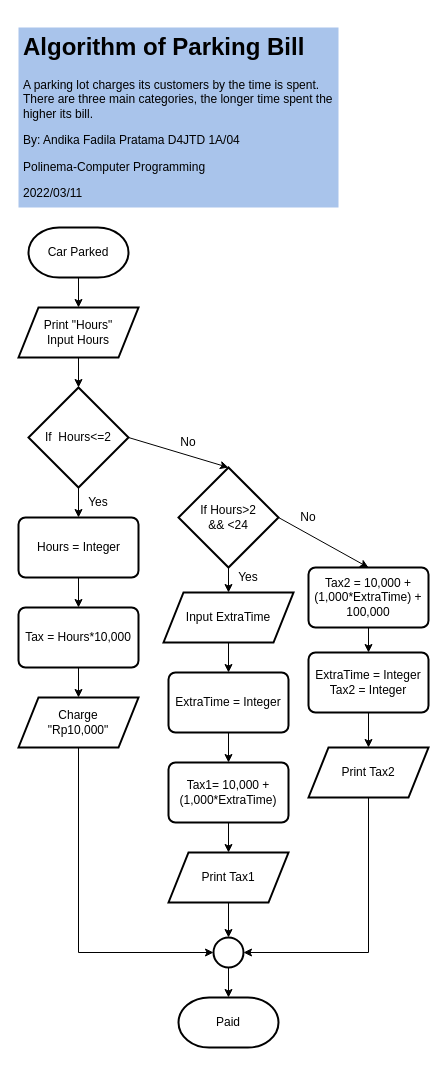
This is Algorithm of Parking Tax.drawio from troders34/troders34, a draw.io file, before an edit. Source tidied: cells renumbered, new cells numbered last; positions are measured from the earlier drawing's top-left corner, leaving out a move shared by most shapes. Both pictures are drawn from the tidied source at 100%, with x=0, y=0 at pixel (18, 27).
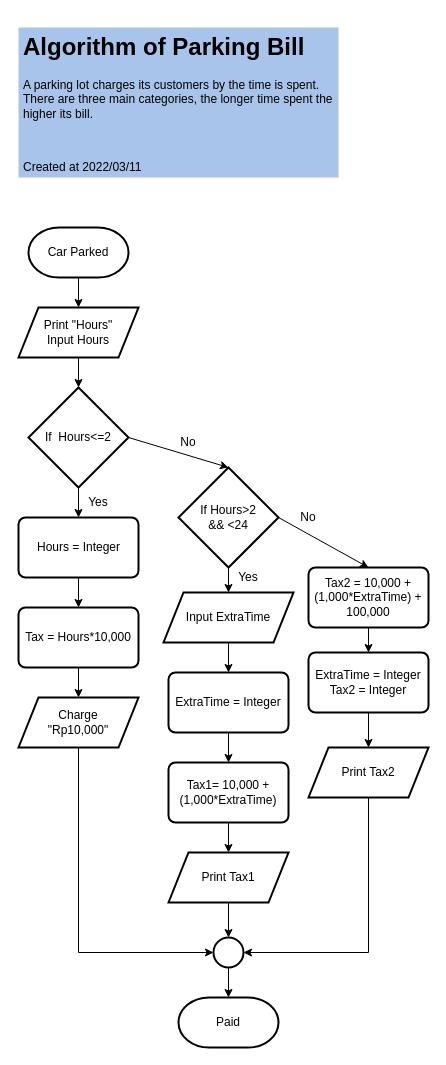
The same diagram, later.

Diff of the diagram source:
```diff
@@
-    <mxCell id="54" value="&lt;h1&gt;Algorithm of Parking Bill&lt;br&gt;&lt;/h1&gt;&lt;p&gt;A parking lot charges its customers by the time is spent. There are three main categories, the longer time spent the higher its bill.&lt;/p&gt;&lt;p&gt;By: Andika Fadila Pratama D4JTD 1A/04&lt;/p&gt;&lt;p&gt;Polinema-Computer Programming&lt;/p&gt;&lt;p&gt;2022/03/11&lt;br&gt;&lt;/p&gt;" style="text;html=1;strokeColor=none;fillColor=#A9C4EB;spacing=5;spacingTop=-20;whiteSpace=wrap;overflow=hidden;rounded=0;" parent="1" vertex="1">
-      <mxGeometry width="320" height="180" as="geometry" />
+    <mxCell id="54" value="&lt;h1&gt;Algorithm of Parking Bill&lt;br&gt;&lt;/h1&gt;&lt;p&gt;A parking lot charges its customers by the time is spent. There are three main categories, the longer time spent the higher its bill.&lt;/p&gt;&lt;p&gt;&lt;br&gt;&lt;/p&gt;&lt;p&gt;Created at 2022/03/11&lt;br&gt;&lt;/p&gt;" style="text;html=1;strokeColor=none;fillColor=#A9C4EB;spacing=5;spacingTop=-20;whiteSpace=wrap;overflow=hidden;rounded=0;" parent="1" vertex="1">
+      <mxGeometry width="320" height="150" as="geometry" />
     </mxCell>
```
